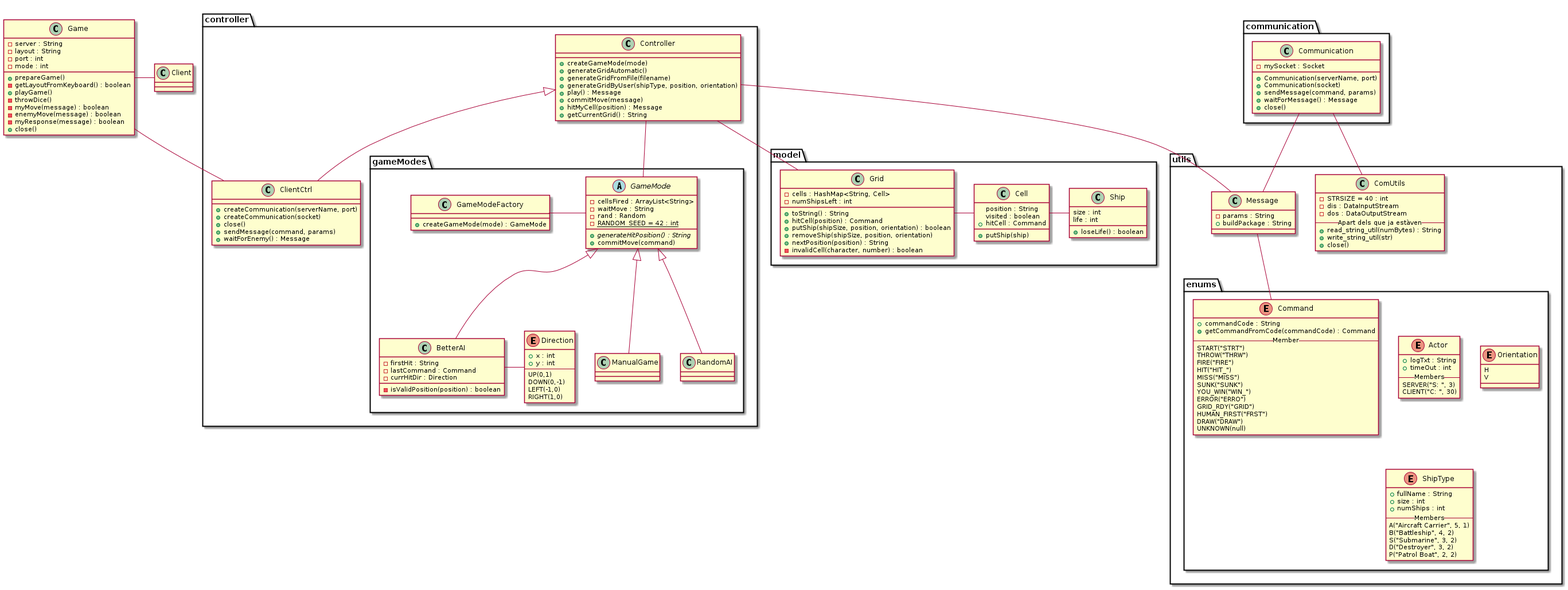
Before: diagrams/class-diagrams/clientClasses.png, a diagram exported from PlantUML (Solero93/DistributedSoftwareDevelopment).
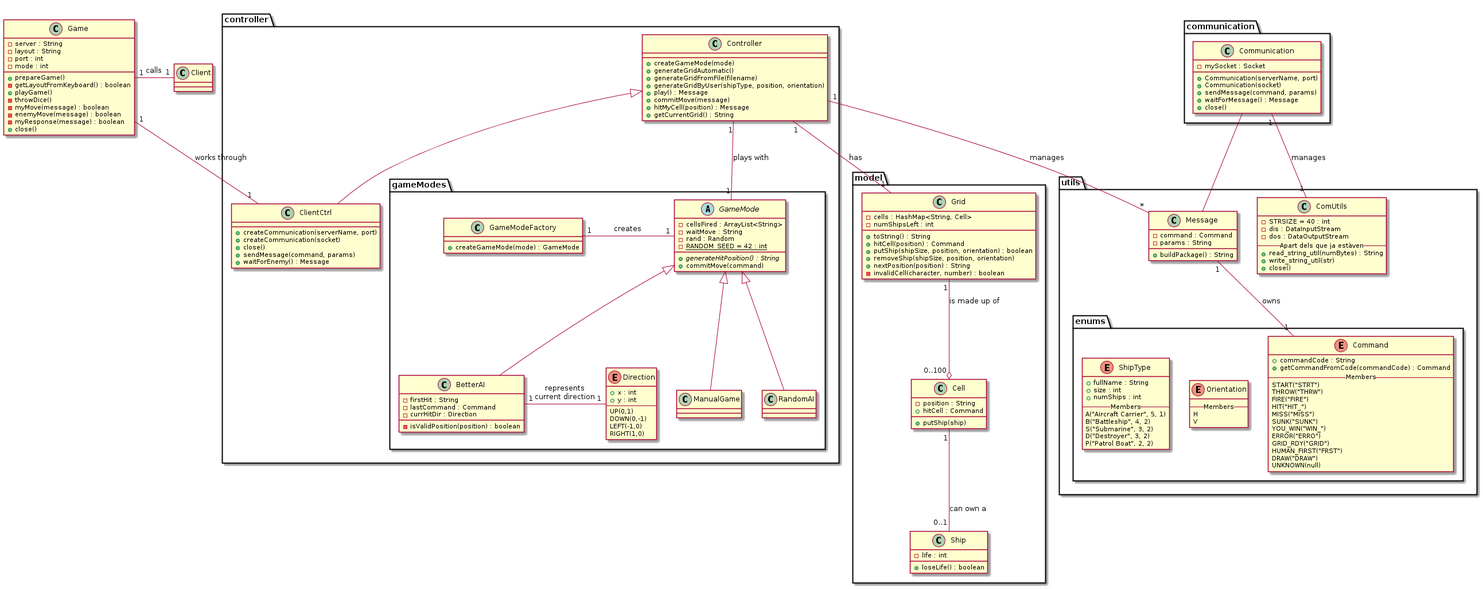
After the change.

Diff of the diagram source:
```diff
@@ -2,18 +2,10 @@
 
 package utils {
 	package enums {
-		enum Actor {
-			+logTxt : String
-			+timeOut : int
-			-- Members --
-			SERVER("S: ", 3)
-			CLIENT("C: ", 30)
-		}
-
 		enum Command {
 			+commandCode : String
 			+getCommandFromCode(commandCode) : Command
-			-- Member --
+			-- Members --
 			START("STRT")
 			THROW("THRW")
 			FIRE("FIRE")
@@ -29,6 +21,7 @@
 		}
 
 		enum Orientation {
+			-- Members --
 			H
 			V
 		}
@@ -47,11 +40,12 @@
 	}
 
 	class Message {
+		-command : Command
 		-params : String
-		+buildPackage : String
+		+buildPackage() : String
 	}
 
-	Message -- Command
+	Message "1" -- "1" Command : owns
 }
 
 package model {
@@ -67,20 +61,18 @@
 	}
 
 	class Cell {
-		position : String
-		visited : boolean
+		-position : String
 		+hitCell : Command
 		+putShip(ship)
 	}
 
 	class Ship {
-		size : int
-		life : int
+		-life : int
 		+loseLife() : boolean
 	}
 
-	Grid - Cell
-	Cell - Ship
+	Grid "1" --o "0..100" Cell : is made up of
+	Cell "1" -- "0..1" Ship : can own a
 }
 
 package controller {
@@ -98,7 +90,7 @@
 			+commitMove(command)
 		}
 
-		GameModeFactory - GameMode
+		GameModeFactory "1" - "1" GameMode : creates
 
 		class ManualGame extends GameMode {
 		}
@@ -123,7 +115,7 @@
 			RIGHT(1,0)
 		}
 
-		BetterAI - Direction
+		BetterAI "1" - "1" Direction : represents\ncurrent direction
 	}
 
 	class Controller {
@@ -137,9 +129,9 @@
 		+getCurrentGrid() : String
 	}
 
-	Controller - GameMode
-	Controller -- Message
-	Controller - Grid
+	Controller "1" - "1" GameMode : plays with
+	Controller "1" -- "*" Message : manages
+	Controller "1" - "1" Grid : has
 }
 package utils {
 	class ComUtils {
@@ -174,7 +166,7 @@
 	}
 
 	Communication -- Message
-	Communication -- ComUtils
+	Communication "1" -- "1" ComUtils : manages
 }
 
 class Client {
@@ -195,7 +187,7 @@
 	+close()
 }
 
-Game - Client
-Game -- ClientCtrl
+Game "1" - "1" Client : calls
+Game "1" -- "1" ClientCtrl : works through
 
 @enduml
```
